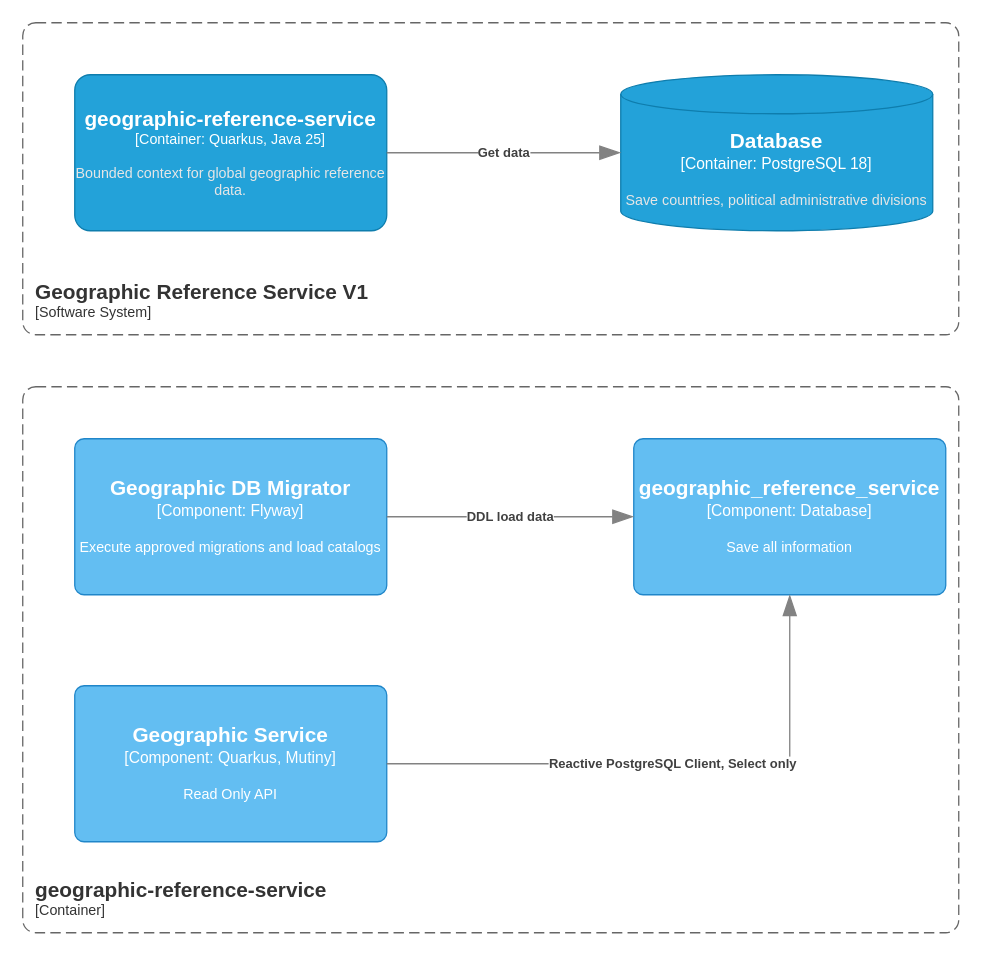
This is docs/architecture/geographic-reference-service-v1.drawio from astudilloalex/geographic-reference-service, a draw.io file, before an edit. Source tidied: cells renumbered, new cells numbered last; positions are measured from the earlier drawing's top-left corner, leaving out a move shared by most shapes. Both pictures are drawn from the tidied source at 130%, with x=0, y=0 at pixel (22, 22).
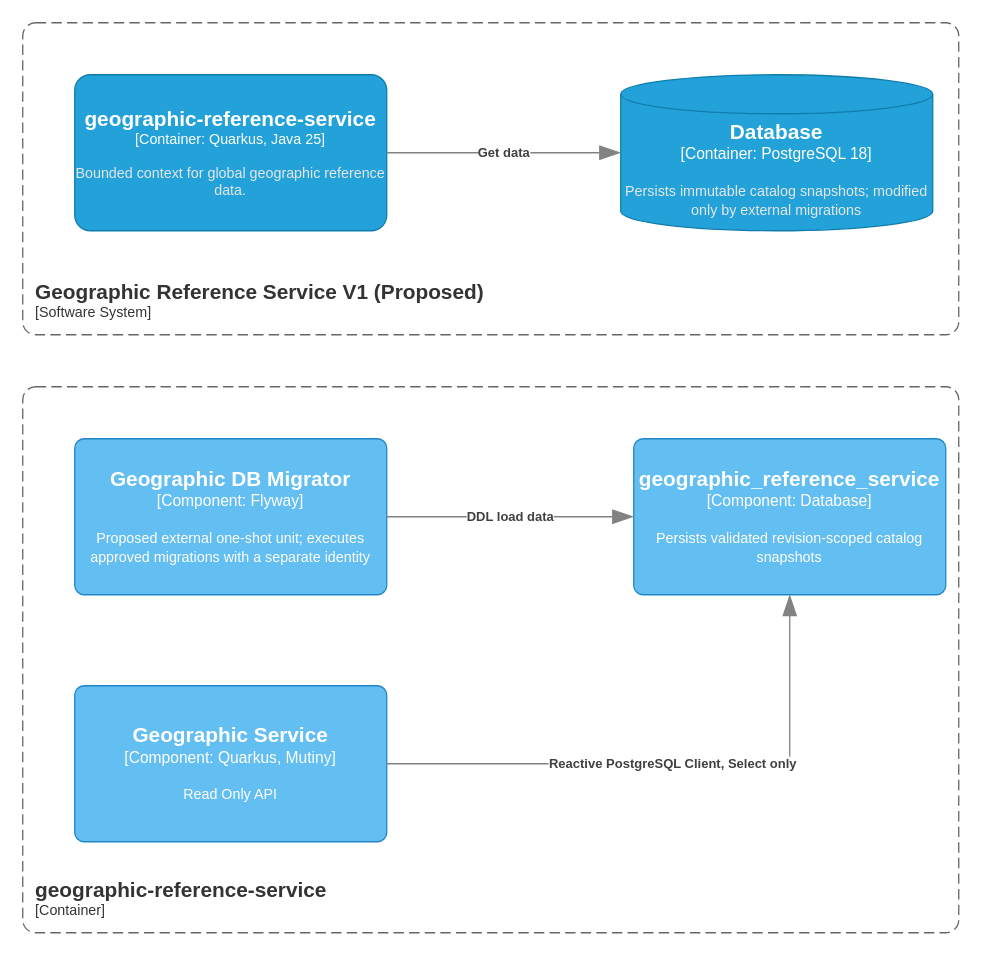
The same page after the edit.

What changed in the source:
```diff
@@
 <mxGraphModel>
   <root>
     <mxCell id="0" />
     <mxCell id="1" parent="0" />
-    <object id="2" label="&lt;font style=&quot;font-size: 16px&quot;&gt;&lt;b&gt;&lt;div style=&quot;text-align: left&quot;&gt;%c4Name%&lt;/div&gt;&lt;/b&gt;&lt;/font&gt;&lt;div style=&quot;text-align: left&quot;&gt;[%c4Application%]&lt;/div&gt;" c4Application="Software System" c4Name="Geographic Reference Service V1" placeholders="1">
+    <object id="2" label="&lt;font style=&quot;font-size: 16px&quot;&gt;&lt;b&gt;&lt;div style=&quot;text-align: left&quot;&gt;%c4Name%&lt;/div&gt;&lt;/b&gt;&lt;/font&gt;&lt;div style=&quot;text-align: left&quot;&gt;[%c4Application%]&lt;/div&gt;" c4Application="Software System" c4Name="Geographic Reference Service V1 (Proposed)" placeholders="1">
       <mxCell style="rounded=1;fontSize=11;whiteSpace=wrap;html=1;dashed=1;arcSize=20;fillColor=none;strokeColor=#666666;fontColor=#333333;labelBackgroundColor=none;align=left;verticalAlign=bottom;labelBorderColor=none;spacingTop=0;spacing=10;dashPattern=8 4;perimeter=rectanglePerimeter;noLabel=0;labelPadding=0;absoluteArcSize=1;" parent="1" vertex="1">
         <mxGeometry width="720" height="240" as="geometry" />
       </mxCell>
     </object>
     <object id="3" label="&lt;font style=&quot;font-size: 16px&quot;&gt;&lt;b&gt;%c4Name%&lt;/b&gt;&lt;/font&gt;&lt;div&gt;[%c4Type%: %c4Technology%]&lt;/div&gt;&lt;br&gt;&lt;div&gt;&lt;font style=&quot;font-size: 11px&quot;&gt;&lt;font color=&quot;#E6E6E6&quot;&gt;%c4Description%&lt;/font&gt;&lt;/div&gt;" c4Description="Bounded context for global geographic reference data." c4Name="geographic-reference-service" c4Technology="Quarkus, Java 25" c4Type="Container" placeholders="1">
       <mxCell style="rounded=1;whiteSpace=wrap;html=1;fontSize=11;labelBackgroundColor=none;fillColor=#23A2D9;fontColor=#ffffff;align=center;arcSize=10;strokeColor=#0E7DAD;points=[[0.25,0,0],[0.5,0,0],[0.75,0,0],[1,0.25,0],[1,0.5,0],[1,0.75,0],[0.75,1,0],[0.5,1,0],[0.25,1,0],[0,0.75,0],[0,0.5,0],[0,0.25,0]];" parent="1" vertex="1">
         <mxGeometry x="40" y="40" width="240" height="120" as="geometry" />
       </mxCell>
     </object>
-    <object id="4" label="&lt;font style=&quot;font-size: 16px&quot;&gt;&lt;b&gt;%c4Name%&lt;/b&gt;&lt;/font&gt;&lt;div&gt;[%c4Type%:&amp;nbsp;%c4Technology%]&lt;/div&gt;&lt;br&gt;&lt;div&gt;&lt;font style=&quot;font-size: 11px&quot;&gt;&lt;font color=&quot;#E6E6E6&quot;&gt;%c4Description%&lt;/font&gt;&lt;/div&gt;" c4Description="Save countries, political administrative divisions" c4Name="Database" c4Technology="PostgreSQL 18" c4Type="Container" placeholders="1">
+    <object id="4" label="&lt;font style=&quot;font-size: 16px&quot;&gt;&lt;b&gt;%c4Name%&lt;/b&gt;&lt;/font&gt;&lt;div&gt;[%c4Type%:&amp;nbsp;%c4Technology%]&lt;/div&gt;&lt;br&gt;&lt;div&gt;&lt;font style=&quot;font-size: 11px&quot;&gt;&lt;font color=&quot;#E6E6E6&quot;&gt;%c4Description%&lt;/font&gt;&lt;/div&gt;" c4Description="Persists immutable catalog snapshots; modified only by external migrations" c4Name="Database" c4Technology="PostgreSQL 18" c4Type="Container" placeholders="1">
       <mxCell style="shape=cylinder3;size=15;whiteSpace=wrap;html=1;boundedLbl=1;rounded=0;labelBackgroundColor=none;fillColor=#23A2D9;fontSize=12;fontColor=#ffffff;align=center;strokeColor=#0E7DAD;points=[[0.5,0,0],[1,0.25,0],[1,0.5,0],[1,0.75,0],[0.5,1,0],[0,0.75,0],[0,0.5,0],[0,0.25,0]];" parent="1" vertex="1">
         <mxGeometry x="460" y="40" width="240" height="120" as="geometry" />
       </mxCell>
     </object>
     <object id="5" label="&lt;div style=&quot;text-align: left&quot;&gt;&lt;div style=&quot;text-align: center&quot;&gt;&lt;b&gt;%c4Description%&lt;/b&gt;&lt;/div&gt;" c4Description="Get data" placeholders="1">
       <mxCell style="endArrow=blockThin;html=1;fontSize=10;fontColor=#404040;strokeWidth=1;endFill=1;strokeColor=#828282;elbow=vertical;endSize=14;startSize=14;jumpStyle=arc;jumpSize=16;rounded=0;edgeStyle=orthogonalEdgeStyle;" parent="1" edge="1" source="3" target="4">
         <mxGeometry relative="1" as="geometry" />
       </mxCell>
     </object>
     <object id="6" label="&lt;font style=&quot;font-size: 16px&quot;&gt;&lt;b&gt;&lt;div style=&quot;text-align: left&quot;&gt;%c4Name%&lt;/div&gt;&lt;/b&gt;&lt;/font&gt;&lt;div style=&quot;text-align: left&quot;&gt;[%c4Application%]&lt;/div&gt;" c4Application="Container" c4Name="geographic-reference-service" placeholders="1">
       <mxCell style="rounded=1;fontSize=11;whiteSpace=wrap;html=1;dashed=1;arcSize=20;fillColor=none;strokeColor=#666666;fontColor=#333333;labelBackgroundColor=none;align=left;verticalAlign=bottom;labelBorderColor=none;spacingTop=0;spacing=10;dashPattern=8 4;perimeter=rectanglePerimeter;noLabel=0;labelPadding=0;absoluteArcSize=1;" parent="1" vertex="1">
         <mxGeometry y="280" width="720" height="420" as="geometry" />
       </mxCell>
     </object>
-    <object id="7" label="&lt;font style=&quot;font-size: 16px&quot;&gt;&lt;b&gt;%c4Name%&lt;/b&gt;&lt;/font&gt;&lt;div&gt;[%c4Type%: %c4Technology%]&lt;/div&gt;&lt;br&gt;&lt;div&gt;&lt;font style=&quot;font-size: 11px&quot;&gt;%c4Description%&lt;/font&gt;&lt;/div&gt;" c4Description="Execute approved migrations and load catalogs" c4Name="Geographic DB Migrator" c4Technology="Flyway" c4Type="Component" placeholders="1">
+    <object id="7" label="&lt;font style=&quot;font-size: 16px&quot;&gt;&lt;b&gt;%c4Name%&lt;/b&gt;&lt;/font&gt;&lt;div&gt;[%c4Type%: %c4Technology%]&lt;/div&gt;&lt;br&gt;&lt;div&gt;&lt;font style=&quot;font-size: 11px&quot;&gt;%c4Description%&lt;/font&gt;&lt;/div&gt;" c4Description="Proposed external one-shot unit; executes approved migrations with a separate identity" c4Name="Geographic DB Migrator" c4Technology="Flyway" c4Type="Component" placeholders="1">
       <mxCell style="rounded=1;whiteSpace=wrap;html=1;labelBackgroundColor=none;fillColor=#63BEF2;fontColor=#ffffff;align=center;arcSize=6;strokeColor=#2086C9;points=[[0.25,0,0],[0.5,0,0],[0.75,0,0],[1,0.25,0],[1,0.5,0],[1,0.75,0],[0.75,1,0],[0.5,1,0],[0.25,1,0],[0,0.75,0],[0,0.5,0],[0,0.25,0]];" parent="1" vertex="1">
         <mxGeometry x="40" y="320" width="240" height="120" as="geometry" />
       </mxCell>
     </object>
-    <object id="8" label="&lt;font style=&quot;font-size: 16px&quot;&gt;&lt;b&gt;%c4Name%&lt;/b&gt;&lt;/font&gt;&lt;div&gt;[%c4Type%: %c4Technology%]&lt;/div&gt;&lt;br&gt;&lt;div&gt;&lt;font style=&quot;font-size: 11px&quot;&gt;%c4Description%&lt;/font&gt;&lt;/div&gt;" c4Description="Save all information" c4Name="geographic_reference_service" c4Technology="Database" c4Type="Component" placeholders="1">
+    <object id="8" label="&lt;font style=&quot;font-size: 16px&quot;&gt;&lt;b&gt;%c4Name%&lt;/b&gt;&lt;/font&gt;&lt;div&gt;[%c4Type%: %c4Technology%]&lt;/div&gt;&lt;br&gt;&lt;div&gt;&lt;font style=&quot;font-size: 11px&quot;&gt;%c4Description%&lt;/font&gt;&lt;/div&gt;" c4Description="Persists validated revision-scoped catalog snapshots" c4Name="geographic_reference_service" c4Technology="Database" c4Type="Component" placeholders="1">
       <mxCell style="rounded=1;whiteSpace=wrap;html=1;labelBackgroundColor=none;fillColor=#63BEF2;fontColor=#ffffff;align=center;arcSize=6;strokeColor=#2086C9;points=[[0.25,0,0],[0.5,0,0],[0.75,0,0],[1,0.25,0],[1,0.5,0],[1,0.75,0],[0.75,1,0],[0.5,1,0],[0.25,1,0],[0,0.75,0],[0,0.5,0],[0,0.25,0]];" parent="1" vertex="1">
         <mxGeometry x="470" y="320" width="240" height="120" as="geometry" />
       </mxCell>
     </object>
     <object id="9" label="&lt;div style=&quot;text-align: left&quot;&gt;&lt;div style=&quot;text-align: center&quot;&gt;&lt;b&gt;%c4Description%&lt;/b&gt;&lt;/div&gt;" c4Description="DDL load data" placeholders="1">
       <mxCell style="endArrow=blockThin;html=1;fontSize=10;fontColor=#404040;strokeWidth=1;endFill=1;strokeColor=#828282;elbow=vertical;endSize=14;startSize=14;jumpStyle=arc;jumpSize=16;rounded=0;edgeStyle=orthogonalEdgeStyle;" parent="1" edge="1" source="7" target="8">
         <mxGeometry relative="1" as="geometry" />
       </mxCell>
     </object>
     <object id="10" label="&lt;font style=&quot;font-size: 16px&quot;&gt;&lt;b&gt;%c4Name%&lt;/b&gt;&lt;/font&gt;&lt;div&gt;[%c4Type%: %c4Technology%]&lt;/div&gt;&lt;br&gt;&lt;div&gt;&lt;font style=&quot;font-size: 11px&quot;&gt;%c4Description%&lt;/font&gt;&lt;/div&gt;" c4Description="Read Only API" c4Name="Geographic Service" c4Technology="Quarkus, Mutiny" c4Type="Component" placeholders="1">
       <mxCell style="rounded=1;whiteSpace=wrap;html=1;labelBackgroundColor=none;fillColor=#63BEF2;fontColor=#ffffff;align=center;arcSize=6;strokeColor=#2086C9;points=[[0.25,0,0],[0.5,0,0],[0.75,0,0],[1,0.25,0],[1,0.5,0],[1,0.75,0],[0.75,1,0],[0.5,1,0],[0.25,1,0],[0,0.75,0],[0,0.5,0],[0,0.25,0]];" parent="1" vertex="1">
         <mxGeometry x="40" y="510" width="240" height="120" as="geometry" />
       </mxCell>
     </object>
     <object id="11" label="&lt;div style=&quot;text-align: left&quot;&gt;&lt;div style=&quot;text-align: center&quot;&gt;&lt;b&gt;%c4Description%&lt;/b&gt;&lt;/div&gt;" c4Description="Reactive PostgreSQL Client, Select only" placeholders="1">
       <mxCell style="endArrow=blockThin;html=1;fontSize=10;fontColor=#404040;strokeWidth=1;endFill=1;strokeColor=#828282;elbow=vertical;endSize=14;startSize=14;jumpStyle=arc;jumpSize=16;rounded=0;edgeStyle=orthogonalEdgeStyle;" parent="1" edge="1" source="10" target="8">
         <mxGeometry relative="1" as="geometry" />
       </mxCell>
     </object>
   </root>
 </mxGraphModel>
```
